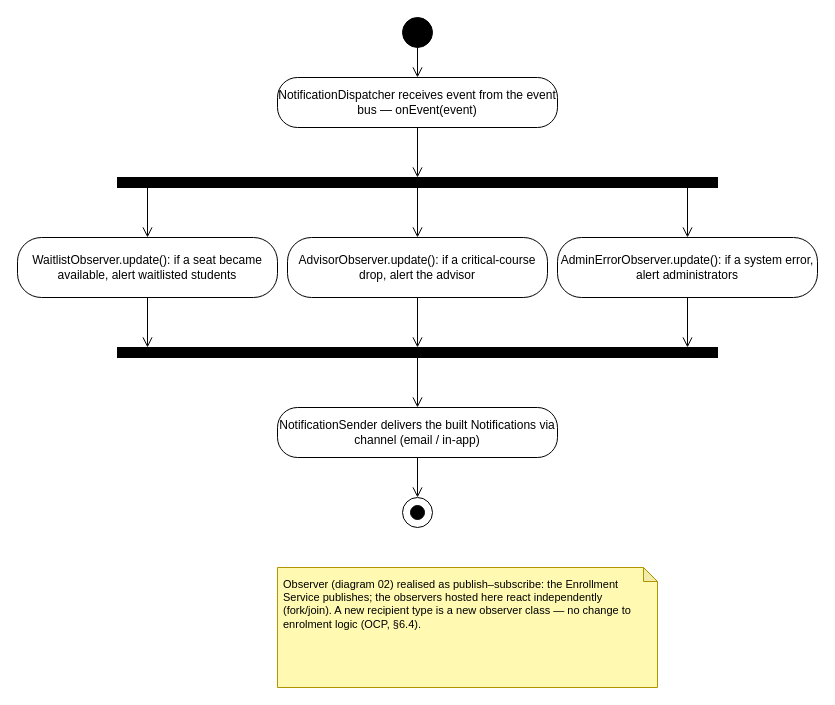
Above: Diagrams/Activity_diagrams/act-7-notification.drawio in Tharusha-dev/soft_architect_redda (draw.io), before the change. Source tidied: cells renumbered, new cells numbered last; positions are measured from the earlier drawing's top-left corner, leaving out a move shared by most shapes. Both pictures are drawn from the tidied source at 100%, with x=0, y=0 at pixel (17, 17).
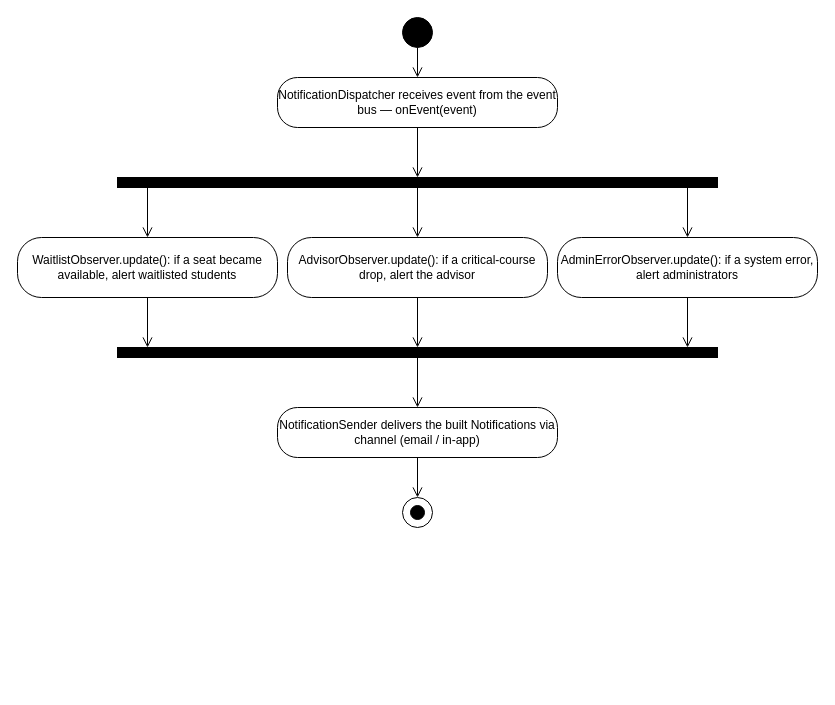
After the change.

What changed in the source:
```diff
@@
-    <mxCell id="12" value="Observer (diagram 02) realised as publish–subscribe: the Enrollment Service publishes; the observers hosted here react independently (fork/join). A new recipient type is a new observer class — no change to enrolment logic (OCP, §6.4)." style="shape=note;whiteSpace=wrap;html=1;backgroundOutline=1;darkOpacity=0.05;fillColor=#FFF9B2;strokeColor=#B09500;size=14;align=left;verticalAlign=top;spacing=6;fontSize=11;" parent="1" vertex="1">
-      <mxGeometry x="260" y="550" width="380" height="120" as="geometry" />
-    </mxCell>
```
